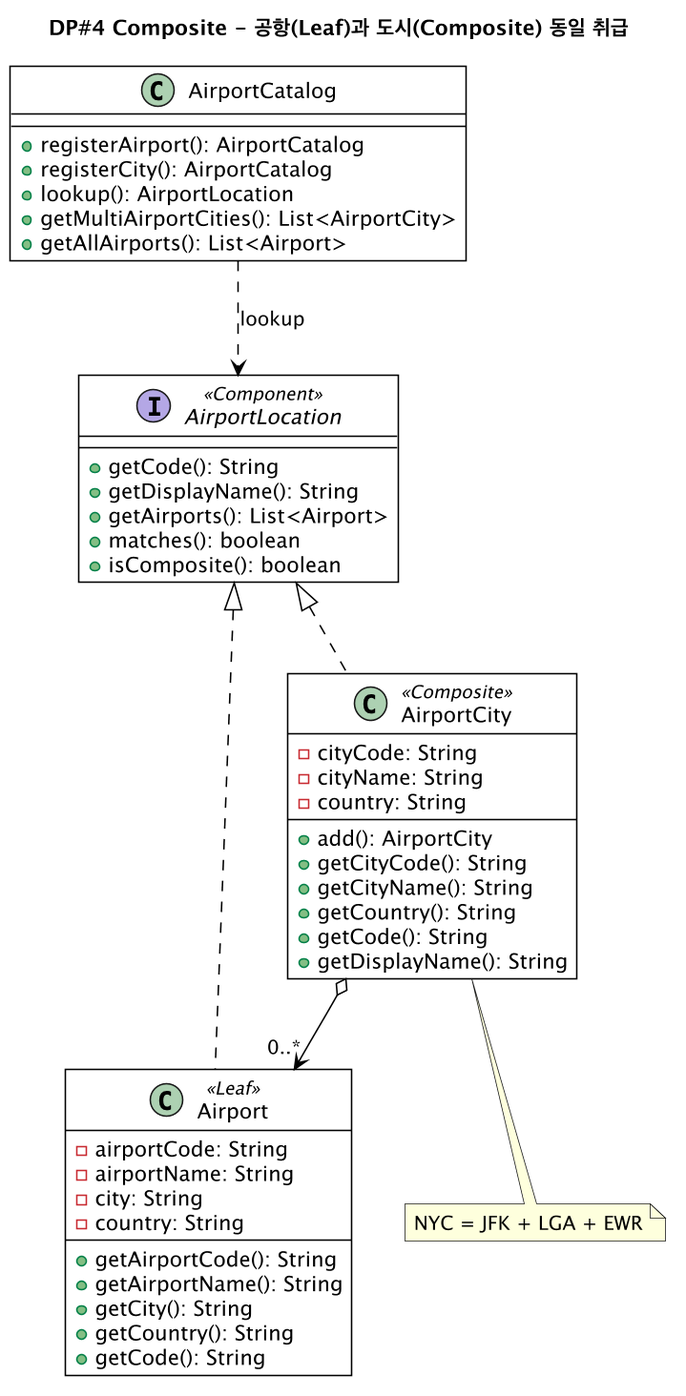
gimjungwook/KoreanAirReservationDomain keeps this PlantUML diagram as docs/diagrams/iter4-puml/dp4-composite.png. Above is the earlier version.
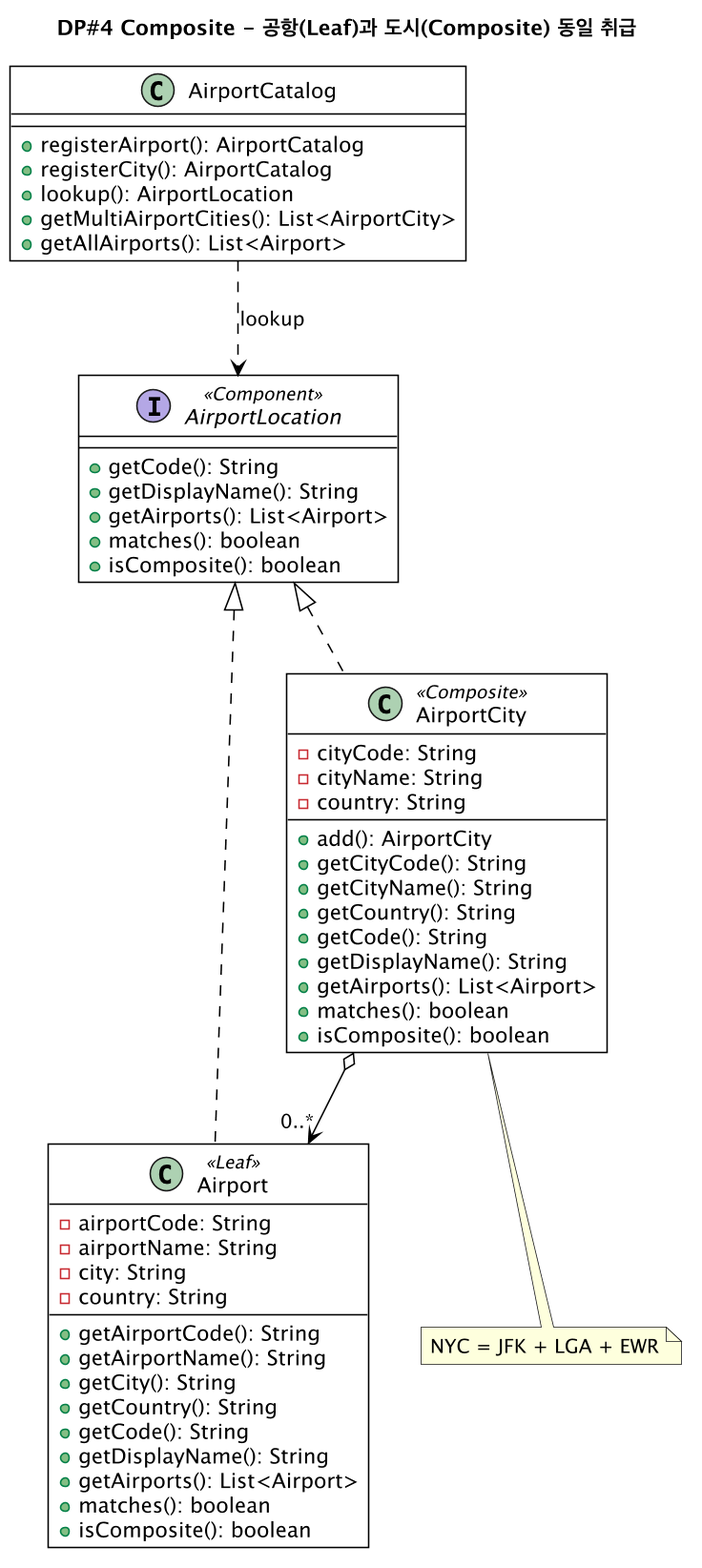
After the commit.

Diff of the diagram source:
```diff
@@ -19,6 +19,10 @@
   +getCity(): String
   +getCountry(): String
   +getCode(): String
+  +getDisplayName(): String
+  +getAirports(): List<Airport>
+  +matches(): boolean
+  +isComposite(): boolean
 }
 class AirportCity <<Composite>> {
   -cityCode: String
@@ -31,6 +35,9 @@
   +getCountry(): String
   +getCode(): String
   +getDisplayName(): String
+  +getAirports(): List<Airport>
+  +matches(): boolean
+  +isComposite(): boolean
 }
 class AirportCatalog {
   +registerAirport(): AirportCatalog
```
